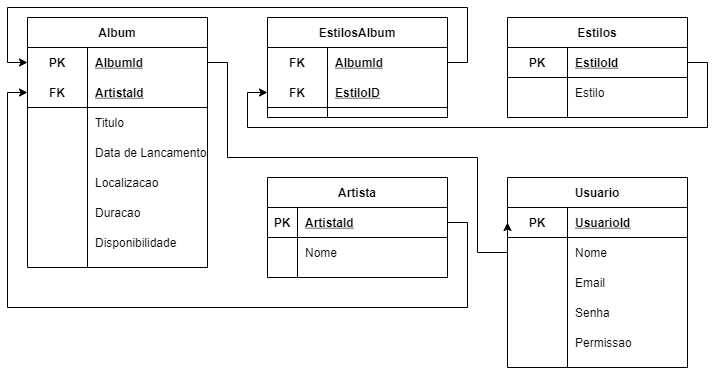
Earlier version of the draw.io export Exercicios/1.4-exercicio-optus/Logico.png (LucasSimionatoOficial/Senai_2S_Sprint1_bd). Source tidied: cells renumbered, new cells last; positions are measured from the earlier drawing's top-left corner, leaving out a move shared by most shapes. Its diagram source:
```xml
<mxGraphModel>
  <root>
    <mxCell id="0" />
    <mxCell id="1" parent="0" />
    <mxCell id="2" value="Album" style="shape=table;startSize=30;rowLines=0;fontStyle=1;align=center;" parent="1" vertex="1">
      <mxGeometry x="20" y="10" width="180" height="250" as="geometry" />
    </mxCell>
    <mxCell id="3" style="shape=partialRectangle;fillColor=none;top=0;left=0;bottom=0;right=0;points=[[0,0.5],[1,0.5]];portConstraint=eastwest;" parent="2" vertex="1">
      <mxGeometry y="30" width="180" height="30" as="geometry" />
    </mxCell>
    <mxCell id="4" value="PK" style="shape=partialRectangle;fillColor=none;top=0;left=0;bottom=0;right=0;fontStyle=1;overflow=hidden;" parent="3" vertex="1">
      <mxGeometry width="60" height="30" as="geometry" />
    </mxCell>
    <mxCell id="5" value="AlbumId" style="shape=partialRectangle;fillColor=none;top=0;left=0;bottom=0;right=0;align=left;spacingLeft=6;fontStyle=5;overflow=hidden;" parent="3" vertex="1">
      <mxGeometry x="60" width="120" height="30" as="geometry" />
    </mxCell>
    <mxCell id="6" style="shape=partialRectangle;fillColor=none;top=0;left=0;bottom=1;right=0;points=[[0,0.5],[1,0.5]];portConstraint=eastwest;" parent="2" vertex="1">
      <mxGeometry y="60" width="180" height="30" as="geometry" />
    </mxCell>
    <mxCell id="7" value="FK" style="shape=partialRectangle;fillColor=none;top=0;left=0;bottom=0;right=0;fontStyle=1;overflow=hidden;" parent="6" vertex="1">
      <mxGeometry width="60" height="30" as="geometry" />
    </mxCell>
    <mxCell id="8" value="ArtistaId" style="shape=partialRectangle;fillColor=none;top=0;left=0;bottom=0;right=0;align=left;spacingLeft=6;fontStyle=5;overflow=hidden;" parent="6" vertex="1">
      <mxGeometry x="60" width="120" height="30" as="geometry" />
    </mxCell>
    <mxCell id="9" style="shape=partialRectangle;fillColor=none;top=0;left=0;bottom=0;right=0;" parent="2" vertex="1">
      <mxGeometry y="90" width="180" height="30" as="geometry" />
    </mxCell>
    <mxCell id="10" style="shape=partialRectangle;fillColor=none;top=0;left=0;bottom=0;right=0;overflow=hidden;" parent="9" vertex="1">
      <mxGeometry width="60" height="30" as="geometry" />
    </mxCell>
    <mxCell id="11" value="Titulo" style="shape=partialRectangle;fillColor=none;top=0;left=0;bottom=0;right=0;align=left;spacingLeft=6;overflow=hidden;" parent="9" vertex="1">
      <mxGeometry x="60" width="120" height="30" as="geometry" />
    </mxCell>
    <mxCell id="12" style="shape=partialRectangle;fillColor=none;top=0;left=0;bottom=0;right=0;" parent="2" vertex="1">
      <mxGeometry y="120" width="180" height="30" as="geometry" />
    </mxCell>
    <mxCell id="13" style="shape=partialRectangle;fillColor=none;top=0;left=0;bottom=0;right=0;overflow=hidden;" parent="12" vertex="1">
      <mxGeometry width="60" height="30" as="geometry" />
    </mxCell>
    <mxCell id="14" value="Data de Lancamento" style="shape=partialRectangle;fillColor=none;top=0;left=0;bottom=0;right=0;align=left;spacingLeft=6;overflow=hidden;" parent="12" vertex="1">
      <mxGeometry x="60" width="120" height="30" as="geometry" />
    </mxCell>
    <mxCell id="15" style="shape=partialRectangle;fillColor=none;top=0;left=0;bottom=0;right=0;" parent="2" vertex="1">
      <mxGeometry y="150" width="180" height="30" as="geometry" />
    </mxCell>
    <mxCell id="16" style="shape=partialRectangle;fillColor=none;top=0;left=0;bottom=0;right=0;overflow=hidden;" parent="15" vertex="1">
      <mxGeometry width="60" height="30" as="geometry" />
    </mxCell>
    <mxCell id="17" value="Localizacao" style="shape=partialRectangle;fillColor=none;top=0;left=0;bottom=0;right=0;align=left;spacingLeft=6;overflow=hidden;" parent="15" vertex="1">
      <mxGeometry x="60" width="120" height="30" as="geometry" />
    </mxCell>
    <mxCell id="18" style="shape=partialRectangle;fillColor=none;top=0;left=0;bottom=0;right=0;" parent="2" vertex="1">
      <mxGeometry y="180" width="180" height="30" as="geometry" />
    </mxCell>
    <mxCell id="19" style="shape=partialRectangle;fillColor=none;top=0;left=0;bottom=0;right=0;overflow=hidden;" parent="18" vertex="1">
      <mxGeometry width="60" height="30" as="geometry" />
    </mxCell>
    <mxCell id="20" value="Duracao" style="shape=partialRectangle;fillColor=none;top=0;left=0;bottom=0;right=0;align=left;spacingLeft=6;overflow=hidden;" parent="18" vertex="1">
      <mxGeometry x="60" width="120" height="30" as="geometry" />
    </mxCell>
    <mxCell id="21" style="shape=partialRectangle;fillColor=none;top=0;left=0;bottom=0;right=0;" parent="2" vertex="1">
      <mxGeometry y="210" width="180" height="30" as="geometry" />
    </mxCell>
    <mxCell id="22" style="shape=partialRectangle;fillColor=none;top=0;left=0;bottom=0;right=0;overflow=hidden;" parent="21" vertex="1">
      <mxGeometry width="60" height="30" as="geometry" />
    </mxCell>
    <mxCell id="23" value="Disponibilidade" style="shape=partialRectangle;fillColor=none;top=0;left=0;bottom=0;right=0;align=left;spacingLeft=6;overflow=hidden;" parent="21" vertex="1">
      <mxGeometry x="60" width="120" height="30" as="geometry" />
    </mxCell>
    <mxCell id="24" value="Estilos" style="shape=table;startSize=30;rowLines=0;fontStyle=1;align=center;" parent="1" vertex="1">
      <mxGeometry x="500" y="10" width="180" height="100" as="geometry" />
    </mxCell>
    <mxCell id="25" style="shape=partialRectangle;fillColor=none;top=0;left=0;bottom=1;right=0;points=[[0,0.5],[1,0.5]];portConstraint=eastwest;" parent="24" vertex="1">
      <mxGeometry y="30" width="180" height="30" as="geometry" />
    </mxCell>
    <mxCell id="26" value="PK" style="shape=partialRectangle;fillColor=none;top=0;left=0;bottom=0;right=0;fontStyle=1;overflow=hidden;" parent="25" vertex="1">
      <mxGeometry width="60" height="30" as="geometry" />
    </mxCell>
    <mxCell id="27" value="EstiloId" style="shape=partialRectangle;fillColor=none;top=0;left=0;bottom=0;right=0;align=left;spacingLeft=6;fontStyle=5;overflow=hidden;" parent="25" vertex="1">
      <mxGeometry x="60" width="120" height="30" as="geometry" />
    </mxCell>
    <mxCell id="28" style="shape=partialRectangle;fillColor=none;top=0;left=0;bottom=0;right=0;" parent="24" vertex="1">
      <mxGeometry y="60" width="180" height="30" as="geometry" />
    </mxCell>
    <mxCell id="29" style="shape=partialRectangle;fillColor=none;top=0;left=0;bottom=0;right=0;overflow=hidden;" parent="28" vertex="1">
      <mxGeometry width="60" height="30" as="geometry" />
    </mxCell>
    <mxCell id="30" value="Estilo" style="shape=partialRectangle;fillColor=none;top=0;left=0;bottom=0;right=0;align=left;spacingLeft=6;overflow=hidden;" parent="28" vertex="1">
      <mxGeometry x="60" width="120" height="30" as="geometry" />
    </mxCell>
    <mxCell id="31" value="EstilosAlbum" style="shape=table;startSize=30;rowLines=0;fontStyle=1;align=center;" parent="1" vertex="1">
      <mxGeometry x="260" y="10" width="180" height="100" as="geometry" />
    </mxCell>
    <mxCell id="32" style="shape=partialRectangle;fillColor=none;top=0;left=0;bottom=0;right=0;points=[[0,0.5],[1,0.5]];portConstraint=eastwest;" parent="31" vertex="1">
      <mxGeometry y="30" width="180" height="30" as="geometry" />
    </mxCell>
    <mxCell id="33" value="FK" style="shape=partialRectangle;fillColor=none;top=0;left=0;bottom=0;right=0;fontStyle=1;overflow=hidden;" parent="32" vertex="1">
      <mxGeometry width="60" height="30" as="geometry" />
    </mxCell>
    <mxCell id="34" value="AlbumId" style="shape=partialRectangle;fillColor=none;top=0;left=0;bottom=0;right=0;align=left;spacingLeft=6;fontStyle=5;overflow=hidden;" parent="32" vertex="1">
      <mxGeometry x="60" width="120" height="30" as="geometry" />
    </mxCell>
    <mxCell id="35" style="shape=partialRectangle;fillColor=none;top=0;left=0;bottom=1;right=0;points=[[0,0.5],[1,0.5]];portConstraint=eastwest;" parent="31" vertex="1">
      <mxGeometry y="60" width="180" height="30" as="geometry" />
    </mxCell>
    <mxCell id="36" value="FK" style="shape=partialRectangle;fillColor=none;top=0;left=0;bottom=0;right=0;fontStyle=1;overflow=hidden;" parent="35" vertex="1">
      <mxGeometry width="60" height="30" as="geometry" />
    </mxCell>
    <mxCell id="37" value="EstiloID" style="shape=partialRectangle;fillColor=none;top=0;left=0;bottom=0;right=0;align=left;spacingLeft=6;fontStyle=5;overflow=hidden;" parent="35" vertex="1">
      <mxGeometry x="60" width="120" height="30" as="geometry" />
    </mxCell>
    <mxCell id="38" style="edgeStyle=orthogonalEdgeStyle;rounded=0;jettySize=auto;html=1;exitX=1;exitY=0.5;exitDx=0;exitDy=0;entryX=0;entryY=0.5;entryDx=0;entryDy=0;endArrow=classic;endFill=1;" parent="1" edge="1" source="25" target="35">
      <mxGeometry relative="1" as="geometry">
        <Array as="points">
          <mxPoint x="700" y="55" />
          <mxPoint x="700" y="120" />
          <mxPoint x="240" y="120" />
          <mxPoint x="240" y="85" />
        </Array>
      </mxGeometry>
    </mxCell>
    <mxCell id="39" style="edgeStyle=orthogonalEdgeStyle;rounded=0;jettySize=auto;html=1;exitX=1;exitY=0.5;exitDx=0;exitDy=0;entryX=0;entryY=0.5;entryDx=0;entryDy=0;endArrow=classic;endFill=1;" parent="1" edge="1" source="32" target="3">
      <mxGeometry relative="1" as="geometry">
        <Array as="points">
          <mxPoint x="460" y="55" />
          <mxPoint x="460" />
          <mxPoint />
          <mxPoint y="55" />
        </Array>
      </mxGeometry>
    </mxCell>
    <mxCell id="40" value="Usuario" style="shape=table;startSize=30;rowLines=0;fontStyle=1;align=center;" parent="1" vertex="1">
      <mxGeometry x="500" y="170" width="180" height="190" as="geometry" />
    </mxCell>
    <mxCell id="41" style="shape=partialRectangle;fillColor=none;top=0;left=0;bottom=1;right=0;points=[[0,0.5],[1,0.5]];portConstraint=eastwest;" parent="40" vertex="1">
      <mxGeometry y="30" width="180" height="30" as="geometry" />
    </mxCell>
    <mxCell id="42" value="PK" style="shape=partialRectangle;fillColor=none;top=0;left=0;bottom=0;right=0;fontStyle=1;overflow=hidden;" parent="41" vertex="1">
      <mxGeometry width="60" height="30" as="geometry" />
    </mxCell>
    <mxCell id="43" value="UsuarioId" style="shape=partialRectangle;fillColor=none;top=0;left=0;bottom=0;right=0;align=left;spacingLeft=6;fontStyle=5;overflow=hidden;" parent="41" vertex="1">
      <mxGeometry x="60" width="120" height="30" as="geometry" />
    </mxCell>
    <mxCell id="44" style="shape=partialRectangle;fillColor=none;top=0;left=0;bottom=0;right=0;" parent="40" vertex="1">
      <mxGeometry y="60" width="180" height="30" as="geometry" />
    </mxCell>
    <mxCell id="45" style="shape=partialRectangle;fillColor=none;top=0;left=0;bottom=0;right=0;overflow=hidden;" parent="44" vertex="1">
      <mxGeometry width="60" height="30" as="geometry" />
    </mxCell>
    <mxCell id="46" value="Nome" style="shape=partialRectangle;fillColor=none;top=0;left=0;bottom=0;right=0;align=left;spacingLeft=6;overflow=hidden;" parent="44" vertex="1">
      <mxGeometry x="60" width="120" height="30" as="geometry" />
    </mxCell>
    <mxCell id="47" style="shape=partialRectangle;fillColor=none;top=0;left=0;bottom=0;right=0;" parent="40" vertex="1">
      <mxGeometry y="90" width="180" height="30" as="geometry" />
    </mxCell>
    <mxCell id="48" style="shape=partialRectangle;fillColor=none;top=0;left=0;bottom=0;right=0;overflow=hidden;" parent="47" vertex="1">
      <mxGeometry width="60" height="30" as="geometry" />
    </mxCell>
    <mxCell id="49" value="Email" style="shape=partialRectangle;fillColor=none;top=0;left=0;bottom=0;right=0;align=left;spacingLeft=6;overflow=hidden;" parent="47" vertex="1">
      <mxGeometry x="60" width="120" height="30" as="geometry" />
    </mxCell>
    <mxCell id="50" style="shape=partialRectangle;fillColor=none;top=0;left=0;bottom=0;right=0;" parent="40" vertex="1">
      <mxGeometry y="120" width="180" height="30" as="geometry" />
    </mxCell>
    <mxCell id="51" style="shape=partialRectangle;fillColor=none;top=0;left=0;bottom=0;right=0;overflow=hidden;" parent="50" vertex="1">
      <mxGeometry width="60" height="30" as="geometry" />
    </mxCell>
    <mxCell id="52" value="Senha" style="shape=partialRectangle;fillColor=none;top=0;left=0;bottom=0;right=0;align=left;spacingLeft=6;overflow=hidden;" parent="50" vertex="1">
      <mxGeometry x="60" width="120" height="30" as="geometry" />
    </mxCell>
    <mxCell id="53" style="shape=partialRectangle;fillColor=none;top=0;left=0;bottom=0;right=0;" parent="40" vertex="1">
      <mxGeometry y="150" width="180" height="30" as="geometry" />
    </mxCell>
    <mxCell id="54" style="shape=partialRectangle;fillColor=none;top=0;left=0;bottom=0;right=0;overflow=hidden;" parent="53" vertex="1">
      <mxGeometry width="60" height="30" as="geometry" />
    </mxCell>
    <mxCell id="55" value="Permissao" style="shape=partialRectangle;fillColor=none;top=0;left=0;bottom=0;right=0;align=left;spacingLeft=6;overflow=hidden;" parent="53" vertex="1">
      <mxGeometry x="60" width="120" height="30" as="geometry" />
    </mxCell>
    <mxCell id="56" value="Artista" style="shape=table;startSize=30;rowLines=0;fontStyle=1;align=center;" parent="1" vertex="1">
      <mxGeometry x="260" y="170" width="180" height="100" as="geometry" />
    </mxCell>
    <mxCell id="57" style="shape=partialRectangle;fillColor=none;top=0;left=0;bottom=1;right=0;points=[[0,0.5],[1,0.5]];portConstraint=eastwest;" parent="56" vertex="1">
      <mxGeometry y="30" width="180" height="30" as="geometry" />
    </mxCell>
    <mxCell id="58" value="PK" style="shape=partialRectangle;fillColor=none;top=0;left=0;bottom=0;right=0;fontStyle=1;overflow=hidden;" parent="57" vertex="1">
      <mxGeometry width="30" height="30" as="geometry" />
    </mxCell>
    <mxCell id="59" value="ArtistaId" style="shape=partialRectangle;fillColor=none;top=0;left=0;bottom=0;right=0;align=left;spacingLeft=6;fontStyle=5;overflow=hidden;" parent="57" vertex="1">
      <mxGeometry x="30" width="150" height="30" as="geometry" />
    </mxCell>
    <mxCell id="60" style="shape=partialRectangle;fillColor=none;top=0;left=0;bottom=0;right=0;" parent="56" vertex="1">
      <mxGeometry y="60" width="180" height="30" as="geometry" />
    </mxCell>
    <mxCell id="61" style="shape=partialRectangle;fillColor=none;top=0;left=0;bottom=0;right=0;overflow=hidden;" parent="60" vertex="1">
      <mxGeometry width="30" height="30" as="geometry" />
    </mxCell>
    <mxCell id="62" value="Nome" style="shape=partialRectangle;fillColor=none;top=0;left=0;bottom=0;right=0;align=left;spacingLeft=6;overflow=hidden;" parent="60" vertex="1">
      <mxGeometry x="30" width="150" height="30" as="geometry" />
    </mxCell>
    <mxCell id="63" style="edgeStyle=orthogonalEdgeStyle;rounded=0;jettySize=auto;html=1;exitX=1;exitY=0.5;exitDx=0;exitDy=0;entryX=0;entryY=0.5;entryDx=0;entryDy=0;endArrow=classic;endFill=1;" parent="1" edge="1" source="3" target="41">
      <mxGeometry relative="1" as="geometry">
        <Array as="points">
          <mxPoint x="220" y="55" />
          <mxPoint x="220" y="150" />
          <mxPoint x="470" y="150" />
          <mxPoint x="470" y="245" />
        </Array>
      </mxGeometry>
    </mxCell>
    <mxCell id="64" style="edgeStyle=orthogonalEdgeStyle;rounded=0;jettySize=auto;html=1;exitX=1;exitY=0.5;exitDx=0;exitDy=0;entryX=0;entryY=0.5;entryDx=0;entryDy=0;endArrow=classic;endFill=1;" parent="1" edge="1" source="57" target="6">
      <mxGeometry relative="1" as="geometry">
        <Array as="points">
          <mxPoint x="460" y="215" />
          <mxPoint x="460" y="300" />
          <mxPoint y="300" />
          <mxPoint y="85" />
        </Array>
      </mxGeometry>
    </mxCell>
  </root>
</mxGraphModel>
```
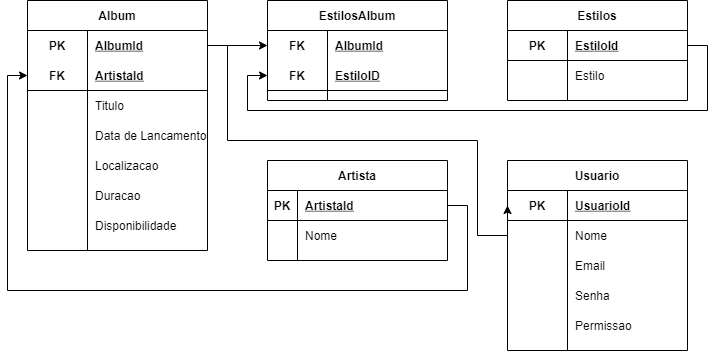
Above is the later version.

The edit, as a diff of the source:
```diff
@@ -120,16 +120,6 @@
         </Array>
       </mxGeometry>
     </mxCell>
-    <mxCell id="39" style="edgeStyle=orthogonalEdgeStyle;rounded=0;jettySize=auto;html=1;exitX=1;exitY=0.5;exitDx=0;exitDy=0;entryX=0;entryY=0.5;entryDx=0;entryDy=0;endArrow=classic;endFill=1;" parent="1" edge="1" source="32" target="3">
-      <mxGeometry relative="1" as="geometry">
-        <Array as="points">
-          <mxPoint x="460" y="55" />
-          <mxPoint x="460" />
-          <mxPoint />
-          <mxPoint y="55" />
-        </Array>
-      </mxGeometry>
-    </mxCell>
     <mxCell id="40" value="Usuario" style="shape=table;startSize=30;rowLines=0;fontStyle=1;align=center;" parent="1" vertex="1">
       <mxGeometry x="500" y="170" width="180" height="190" as="geometry" />
     </mxCell>
@@ -219,5 +209,8 @@
         </Array>
       </mxGeometry>
     </mxCell>
+    <mxCell id="65" style="edgeStyle=orthogonalEdgeStyle;rounded=0;jettySize=auto;html=1;exitX=1;exitY=0.5;exitDx=0;exitDy=0;" parent="1" edge="1" source="3" target="32">
+      <mxGeometry relative="1" as="geometry" />
+    </mxCell>
   </root>
 </mxGraphModel>
```
